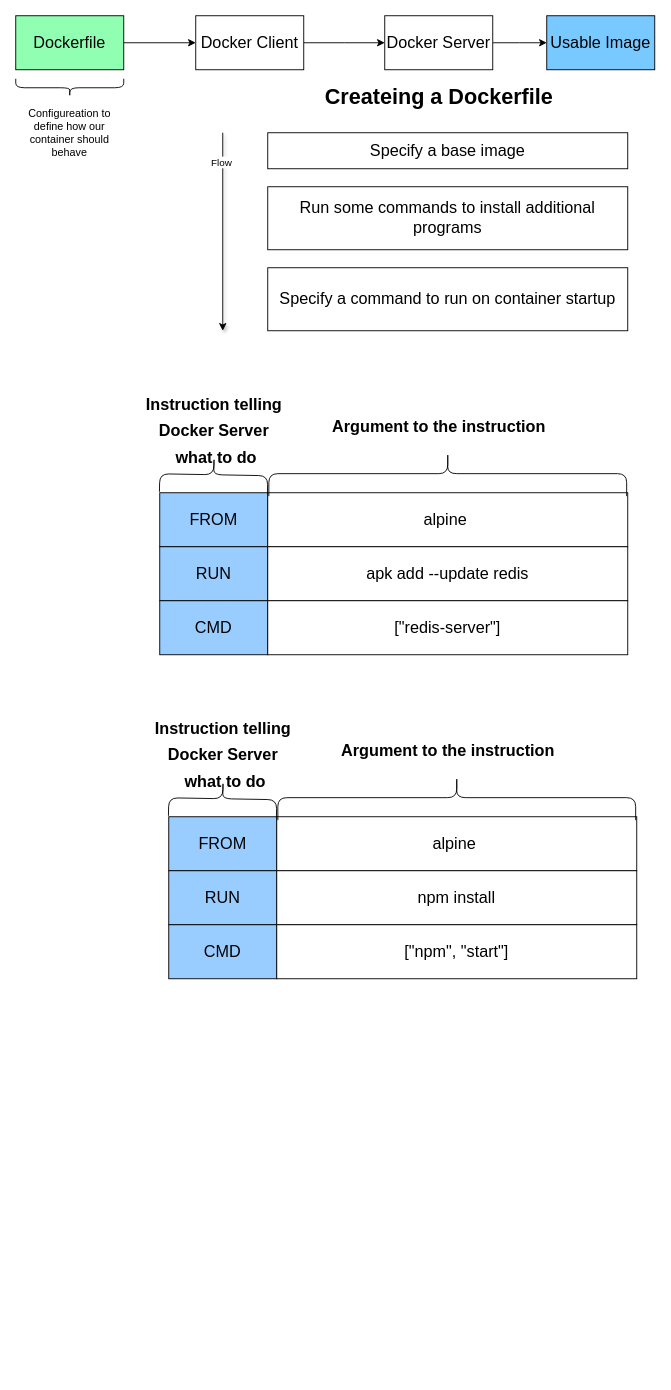
The draw.io diagram page "Dockerfile" (2 of 6) of Untitled Diagram.drawio in hephaestus88/docker, before the edit. Source tidied: cells renumbered, new cells numbered last; positions are measured from the earlier drawing's top-left corner, leaving out a move shared by most shapes. Both pictures are drawn from the tidied source at 90%, with x=0, y=0 at pixel (15, 15).
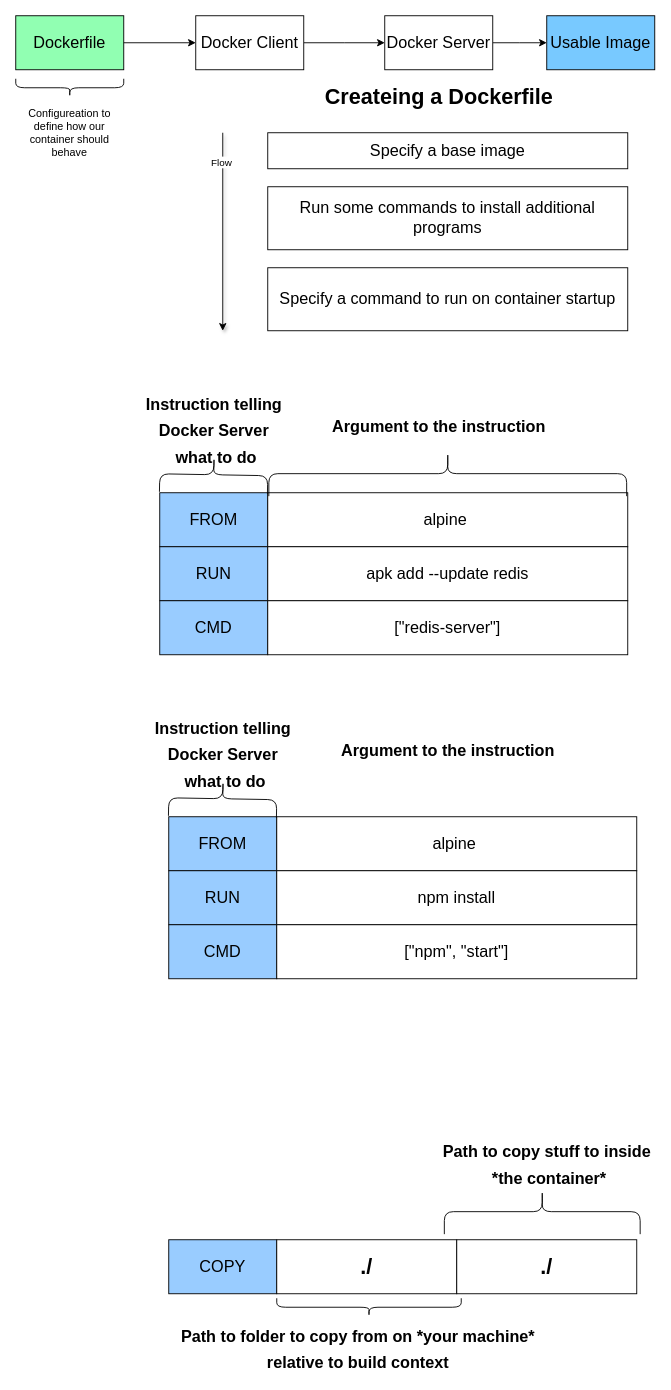
The same page after the edit.

What changed in the source:
```diff
@@
     <mxCell id="34" style="shape=curlyBracket;whiteSpace=wrap;html=1;rounded=1;flipH=1;labelPosition=right;verticalLabelPosition=middle;align=left;verticalAlign=middle;rotation=-90;" parent="1" vertex="1">
-      <mxGeometry x="465" y="670" width="50" height="397.6" as="geometry" />
+      <mxGeometry x="560" y="1220" width="50" height="217.6" as="geometry" />
     </mxCell>
@@
+    <mxCell id="37" value="&lt;font style=&quot;font-size: 18px;&quot;&gt;COPY&lt;/font&gt;" style="rounded=0;whiteSpace=wrap;html=1;fillColor=#99CCFF;" parent="1" vertex="1">
+      <mxGeometry x="170" y="1360" width="120" height="60" as="geometry" />
+    </mxCell>
+    <mxCell id="38" value="&lt;font style=&quot;font-size: 24px;&quot;&gt;&lt;b&gt;./&lt;/b&gt;&lt;/font&gt;" style="rounded=0;whiteSpace=wrap;html=1;" parent="1" vertex="1">
+      <mxGeometry x="290" y="1360" width="200" height="60" as="geometry" />
+    </mxCell>
+    <mxCell id="39" value="&lt;span style=&quot;font-size: 24px;&quot;&gt;&lt;b&gt;./&lt;/b&gt;&lt;/span&gt;" style="rounded=0;whiteSpace=wrap;html=1;" parent="1" vertex="1">
+      <mxGeometry x="490" y="1360" width="200" height="60" as="geometry" />
+    </mxCell>
+    <mxCell id="40" value="&lt;span style=&quot;font-size: 18px;&quot;&gt;Path to copy stuff to inside&lt;br&gt;&amp;nbsp;*the container*&lt;/span&gt;" style="text;strokeColor=none;fillColor=none;html=1;fontSize=24;fontStyle=1;verticalAlign=middle;align=center;" parent="1" vertex="1">
+      <mxGeometry x="540" y="1260" width="100" height="30" as="geometry" />
+    </mxCell>
+    <mxCell id="41" value="&lt;span style=&quot;font-size: 18px;&quot;&gt;Path to folder to copy from on *your machine* &lt;br&gt;relative to build context&lt;/span&gt;" style="text;strokeColor=none;fillColor=none;html=1;fontSize=24;fontStyle=1;verticalAlign=middle;align=center;" parent="1" vertex="1">
+      <mxGeometry x="330" y="1465" width="100" height="30" as="geometry" />
+    </mxCell>
+    <mxCell id="42" style="shape=curlyBracket;whiteSpace=wrap;html=1;rounded=1;flipH=1;labelPosition=right;verticalLabelPosition=middle;align=left;verticalAlign=middle;rotation=90;" parent="1" vertex="1">
+      <mxGeometry x="382.5" y="1332.5" width="20" height="205" as="geometry" />
+    </mxCell>
```
